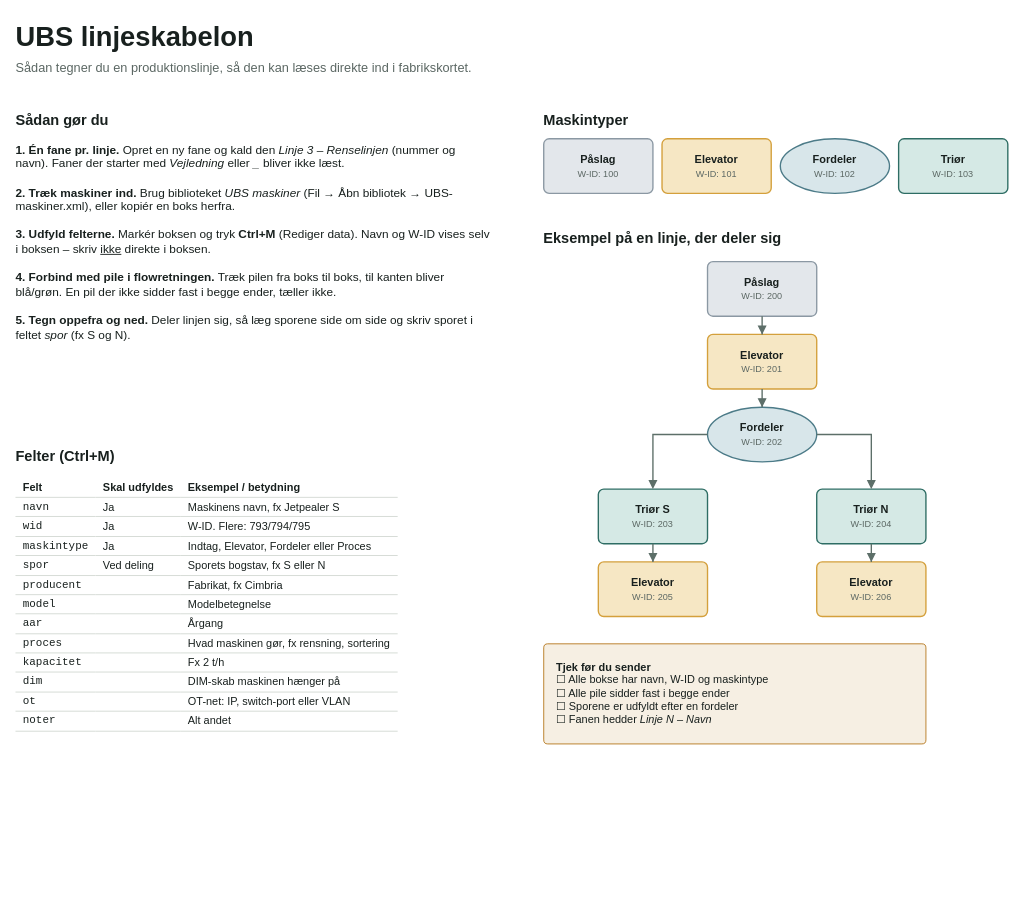
MikkelStaehrs/ubshybrid keeps this draw.io diagram as page "Vejledning" (1 of 2) of templates/UBS-linjeskabelon.drawio. Above is the earlier version. Source tidied: cells renumbered, new cells numbered last; positions are measured from the earlier drawing's top-left corner, leaving out a move shared by most shapes. Both pictures are drawn from the tidied source at 91%, with x=0, y=0 at pixel (15, 15).
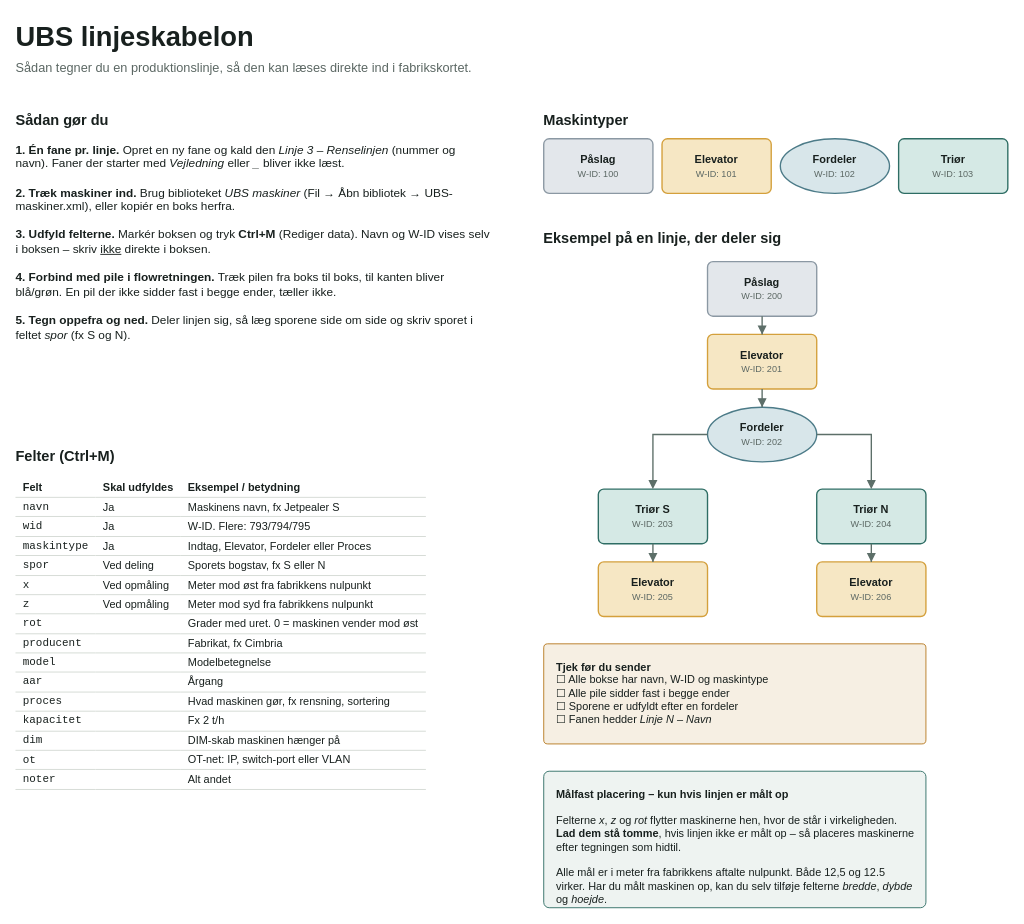
The same page after the edit.

Commit message (it also covers changes not shown here):
x/z/rot som faste felter i skabelonen, og slå Next-agentfiler fra

The edit, as a diff of the source:
```diff
@@
-    <mxCell id="5" value="&lt;font style=&quot;font-size: 16px;&quot;&gt;&lt;b&gt;Felter (Ctrl+M)&lt;/b&gt;&lt;/font&gt;&lt;br&gt;&lt;br&gt;&lt;table style=&quot;border-collapse:collapse;font-size:12px;width:100%;&quot;&gt;&lt;tr&gt;&lt;td style=&quot;padding:3px 8px;border-bottom:1px solid #D3D9D3;&quot;&gt;&lt;b&gt;Felt&lt;/b&gt;&lt;/td&gt;&lt;td style=&quot;padding:3px 8px;border-bottom:1px solid #D3D9D3;&quot;&gt;&lt;b&gt;Skal udfyldes&lt;/b&gt;&lt;/td&gt;&lt;td style=&quot;padding:3px 8px;border-bottom:1px solid #D3D9D3;&quot;&gt;&lt;b&gt;Eksempel / betydning&lt;/b&gt;&lt;/td&gt;&lt;/tr&gt;&lt;tr&gt;&lt;td style=&quot;padding:3px 8px;border-bottom:1px solid #D3D9D3;font-family:Courier New;&quot;&gt;navn&lt;/td&gt;&lt;td style=&quot;padding:3px 8px;border-bottom:1px solid #D3D9D3;&quot;&gt;Ja&lt;/td&gt;&lt;td style=&quot;padding:3px 8px;border-bottom:1px solid #D3D9D3;&quot;&gt;Maskinens navn, fx Jetpealer S&lt;/td&gt;&lt;/tr&gt;&lt;tr&gt;&lt;td style=&quot;padding:3px 8px;border-bottom:1px solid #D3D9D3;font-family:Courier New;&quot;&gt;wid&lt;/td&gt;&lt;td style=&quot;padding:3px 8px;border-bottom:1px solid #D3D9D3;&quot;&gt;Ja&lt;/td&gt;&lt;td style=&quot;padding:3px 8px;border-bottom:1px solid #D3D9D3;&quot;&gt;W-ID. Flere: 793/794/795&lt;/td&gt;&lt;/tr&gt;&lt;tr&gt;&lt;td style=&quot;padding:3px 8px;border-bottom:1px solid #D3D9D3;font-family:Courier New;&quot;&gt;maskintype&lt;/td&gt;&lt;td style=&quot;padding:3px 8px;border-bottom:1px solid #D3D9D3;&quot;&gt;Ja&lt;/td&gt;&lt;td style=&quot;padding:3px 8px;border-bottom:1px solid #D3D9D3;&quot;&gt;Indtag, Elevator, Fordeler eller Proces&lt;/td&gt;&lt;/tr&gt;&lt;tr&gt;&lt;td style=&quot;padding:3px 8px;border-bottom:1px solid #D3D9D3;font-family:Courier New;&quot;&gt;spor&lt;/td&gt;&lt;td style=&quot;padding:3px 8px;border-bottom:1px solid #D3D9D3;&quot;&gt;Ved deling&lt;/td&gt;&lt;td style=&quot;padding:3px 8px;border-bottom:1px solid #D3D9D3;&quot;&gt;Sporets bogstav, fx S eller N&lt;/td&gt;&lt;/tr&gt;&lt;tr&gt;&lt;td style=&quot;padding:3px 8px;border-bottom:1px solid #D3D9D3;font-family:Courier New;&quot;&gt;producent&lt;/td&gt;&lt;td style=&quot;padding:3px 8px;border-bottom:1px solid #D3D9D3;&quot;&gt;&lt;/td&gt;&lt;td style=&quot;padding:3px 8px;border-bottom:1px solid #D3D9D3;&quot;&gt;Fabrikat, fx Cimbria&lt;/td&gt;&lt;/tr&gt;&lt;tr&gt;&lt;td style=&quot;padding:3px 8px;border-bottom:1px solid #D3D9D3;font-family:Courier New;&quot;&gt;model&lt;/td&gt;&lt;td style=&quot;padding:3px 8px;border-bottom:1px solid #D3D9D3;&quot;&gt;&lt;/td&gt;&lt;td style=&quot;padding:3px 8px;border-bottom:1px solid #D3D9D3;&quot;&gt;Modelbetegnelse&lt;/td&gt;&lt;/tr&gt;&lt;tr&gt;&lt;td style=&quot;padding:3px 8px;border-bottom:1px solid #D3D9D3;font-family:Courier New;&quot;&gt;aar&lt;/td&gt;&lt;td style=&quot;padding:3px 8px;border-bottom:1px solid #D3D9D3;&quot;&gt;&lt;/td&gt;&lt;td style=&quot;padding:3px 8px;border-bottom:1px solid #D3D9D3;&quot;&gt;Årgang&lt;/td&gt;&lt;/tr&gt;&lt;tr&gt;&lt;td style=&quot;padding:3px 8px;border-bottom:1px solid #D3D9D3;font-family:Courier New;&quot;&gt;proces&lt;/td&gt;&lt;td style=&quot;padding:3px 8px;border-bottom:1px solid #D3D9D3;&quot;&gt;&lt;/td&gt;&lt;td style=&quot;padding:3px 8px;border-bottom:1px solid #D3D9D3;&quot;&gt;Hvad maskinen gør, fx rensning, sortering&lt;/td&gt;&lt;/tr&gt;&lt;tr&gt;&lt;td style=&quot;padding:3px 8px;border-bottom:1px solid #D3D9D3;font-family:Courier New;&quot;&gt;kapacitet&lt;/td&gt;&lt;td style=&quot;padding:3px 8px;border-bottom:1px solid #D3D9D3;&quot;&gt;&lt;/td&gt;&lt;td style=&quot;padding:3px 8px;border-bottom:1px solid #D3D9D3;&quot;&gt;Fx 2 t/h&lt;/td&gt;&lt;/tr&gt;&lt;tr&gt;&lt;td style=&quot;padding:3px 8px;border-bottom:1px solid #D3D9D3;font-family:Courier New;&quot;&gt;dim&lt;/td&gt;&lt;td style=&quot;padding:3px 8px;border-bottom:1px solid #D3D9D3;&quot;&gt;&lt;/td&gt;&lt;td style=&quot;padding:3px 8px;border-bottom:1px solid #D3D9D3;&quot;&gt;DIM-skab maskinen hænger på&lt;/td&gt;&lt;/tr&gt;&lt;tr&gt;&lt;td style=&quot;padding:3px 8px;border-bottom:1px solid #D3D9D3;font-family:Courier New;&quot;&gt;ot&lt;/td&gt;&lt;td style=&quot;padding:3px 8px;border-bottom:1px solid #D3D9D3;&quot;&gt;&lt;/td&gt;&lt;td style=&quot;padding:3px 8px;border-bottom:1px solid #D3D9D3;&quot;&gt;OT-net: IP, switch-port eller VLAN&lt;/td&gt;&lt;/tr&gt;&lt;tr&gt;&lt;td style=&quot;padding:3px 8px;border-bottom:1px solid #D3D9D3;font-family:Courier New;&quot;&gt;noter&lt;/td&gt;&lt;td style=&quot;padding:3px 8px;border-bottom:1px solid #D3D9D3;&quot;&gt;&lt;/td&gt;&lt;td style=&quot;padding:3px 8px;border-bottom:1px solid #D3D9D3;&quot;&gt;Alt andet&lt;/td&gt;&lt;/tr&gt;&lt;/table&gt;" style="text;html=1;align=left;verticalAlign=top;whiteSpace=wrap;fontFamily=Helvetica;fontColor=#18201E;spacing=0;" parent="1" vertex="1">
-      <mxGeometry y="470" width="520" height="330" as="geometry" />
+    <mxCell id="5" value="&lt;font style=&quot;font-size: 16px;&quot;&gt;&lt;b&gt;Felter (Ctrl+M)&lt;/b&gt;&lt;/font&gt;&lt;br&gt;&lt;br&gt;&lt;table style=&quot;border-collapse:collapse;font-size:12px;width:100%;&quot;&gt;&lt;tr&gt;&lt;td style=&quot;padding:3px 8px;border-bottom:1px solid #D3D9D3;&quot;&gt;&lt;b&gt;Felt&lt;/b&gt;&lt;/td&gt;&lt;td style=&quot;padding:3px 8px;border-bottom:1px solid #D3D9D3;&quot;&gt;&lt;b&gt;Skal udfyldes&lt;/b&gt;&lt;/td&gt;&lt;td style=&quot;padding:3px 8px;border-bottom:1px solid #D3D9D3;&quot;&gt;&lt;b&gt;Eksempel / betydning&lt;/b&gt;&lt;/td&gt;&lt;/tr&gt;&lt;tr&gt;&lt;td style=&quot;padding:3px 8px;border-bottom:1px solid #D3D9D3;font-family:Courier New;&quot;&gt;navn&lt;/td&gt;&lt;td style=&quot;padding:3px 8px;border-bottom:1px solid #D3D9D3;&quot;&gt;Ja&lt;/td&gt;&lt;td style=&quot;padding:3px 8px;border-bottom:1px solid #D3D9D3;&quot;&gt;Maskinens navn, fx Jetpealer S&lt;/td&gt;&lt;/tr&gt;&lt;tr&gt;&lt;td style=&quot;padding:3px 8px;border-bottom:1px solid #D3D9D3;font-family:Courier New;&quot;&gt;wid&lt;/td&gt;&lt;td style=&quot;padding:3px 8px;border-bottom:1px solid #D3D9D3;&quot;&gt;Ja&lt;/td&gt;&lt;td style=&quot;padding:3px 8px;border-bottom:1px solid #D3D9D3;&quot;&gt;W-ID. Flere: 793/794/795&lt;/td&gt;&lt;/tr&gt;&lt;tr&gt;&lt;td style=&quot;padding:3px 8px;border-bottom:1px solid #D3D9D3;font-family:Courier New;&quot;&gt;maskintype&lt;/td&gt;&lt;td style=&quot;padding:3px 8px;border-bottom:1px solid #D3D9D3;&quot;&gt;Ja&lt;/td&gt;&lt;td style=&quot;padding:3px 8px;border-bottom:1px solid #D3D9D3;&quot;&gt;Indtag, Elevator, Fordeler eller Proces&lt;/td&gt;&lt;/tr&gt;&lt;tr&gt;&lt;td style=&quot;padding:3px 8px;border-bottom:1px solid #D3D9D3;font-family:Courier New;&quot;&gt;spor&lt;/td&gt;&lt;td style=&quot;padding:3px 8px;border-bottom:1px solid #D3D9D3;&quot;&gt;Ved deling&lt;/td&gt;&lt;td style=&quot;padding:3px 8px;border-bottom:1px solid #D3D9D3;&quot;&gt;Sporets bogstav, fx S eller N&lt;/td&gt;&lt;/tr&gt;&lt;tr&gt;&lt;td style=&quot;padding:3px 8px;border-bottom:1px solid #D3D9D3;font-family:Courier New;&quot;&gt;x&lt;/td&gt;&lt;td style=&quot;padding:3px 8px;border-bottom:1px solid #D3D9D3;&quot;&gt;Ved opmåling&lt;/td&gt;&lt;td style=&quot;padding:3px 8px;border-bottom:1px solid #D3D9D3;&quot;&gt;Meter mod øst fra fabrikkens nulpunkt&lt;/td&gt;&lt;/tr&gt;&lt;tr&gt;&lt;td style=&quot;padding:3px 8px;border-bottom:1px solid #D3D9D3;font-family:Courier New;&quot;&gt;z&lt;/td&gt;&lt;td style=&quot;padding:3px 8px;border-bottom:1px solid #D3D9D3;&quot;&gt;Ved opmåling&lt;/td&gt;&lt;td style=&quot;padding:3px 8px;border-bottom:1px solid #D3D9D3;&quot;&gt;Meter mod syd fra fabrikkens nulpunkt&lt;/td&gt;&lt;/tr&gt;&lt;tr&gt;&lt;td style=&quot;padding:3px 8px;border-bottom:1px solid #D3D9D3;font-family:Courier New;&quot;&gt;rot&lt;/td&gt;&lt;td style=&quot;padding:3px 8px;border-bottom:1px solid #D3D9D3;&quot;&gt;&lt;/td&gt;&lt;td style=&quot;padding:3px 8px;border-bottom:1px solid #D3D9D3;&quot;&gt;Grader med uret. 0 = maskinen vender mod øst&lt;/td&gt;&lt;/tr&gt;&lt;tr&gt;&lt;td style=&quot;padding:3px 8px;border-bottom:1px solid #D3D9D3;font-family:Courier New;&quot;&gt;producent&lt;/td&gt;&lt;td style=&quot;padding:3px 8px;border-bottom:1px solid #D3D9D3;&quot;&gt;&lt;/td&gt;&lt;td style=&quot;padding:3px 8px;border-bottom:1px solid #D3D9D3;&quot;&gt;Fabrikat, fx Cimbria&lt;/td&gt;&lt;/tr&gt;&lt;tr&gt;&lt;td style=&quot;padding:3px 8px;border-bottom:1px solid #D3D9D3;font-family:Courier New;&quot;&gt;model&lt;/td&gt;&lt;td style=&quot;padding:3px 8px;border-bottom:1px solid #D3D9D3;&quot;&gt;&lt;/td&gt;&lt;td style=&quot;padding:3px 8px;border-bottom:1px solid #D3D9D3;&quot;&gt;Modelbetegnelse&lt;/td&gt;&lt;/tr&gt;&lt;tr&gt;&lt;td style=&quot;padding:3px 8px;border-bottom:1px solid #D3D9D3;font-family:Courier New;&quot;&gt;aar&lt;/td&gt;&lt;td style=&quot;padding:3px 8px;border-bottom:1px solid #D3D9D3;&quot;&gt;&lt;/td&gt;&lt;td style=&quot;padding:3px 8px;border-bottom:1px solid #D3D9D3;&quot;&gt;Årgang&lt;/td&gt;&lt;/tr&gt;&lt;tr&gt;&lt;td style=&quot;padding:3px 8px;border-bottom:1px solid #D3D9D3;font-family:Courier New;&quot;&gt;proces&lt;/td&gt;&lt;td style=&quot;padding:3px 8px;border-bottom:1px solid #D3D9D3;&quot;&gt;&lt;/td&gt;&lt;td style=&quot;padding:3px 8px;border-bottom:1px solid #D3D9D3;&quot;&gt;Hvad maskinen gør, fx rensning, sortering&lt;/td&gt;&lt;/tr&gt;&lt;tr&gt;&lt;td style=&quot;padding:3px 8px;border-bottom:1px solid #D3D9D3;font-family:Courier New;&quot;&gt;kapacitet&lt;/td&gt;&lt;td style=&quot;padding:3px 8px;border-bottom:1px solid #D3D9D3;&quot;&gt;&lt;/td&gt;&lt;td style=&quot;padding:3px 8px;border-bottom:1px solid #D3D9D3;&quot;&gt;Fx 2 t/h&lt;/td&gt;&lt;/tr&gt;&lt;tr&gt;&lt;td style=&quot;padding:3px 8px;border-bottom:1px solid #D3D9D3;font-family:Courier New;&quot;&gt;dim&lt;/td&gt;&lt;td style=&quot;padding:3px 8px;border-bottom:1px solid #D3D9D3;&quot;&gt;&lt;/td&gt;&lt;td style=&quot;padding:3px 8px;border-bottom:1px solid #D3D9D3;&quot;&gt;DIM-skab maskinen hænger på&lt;/td&gt;&lt;/tr&gt;&lt;tr&gt;&lt;td style=&quot;padding:3px 8px;border-bottom:1px solid #D3D9D3;font-family:Courier New;&quot;&gt;ot&lt;/td&gt;&lt;td style=&quot;padding:3px 8px;border-bottom:1px solid #D3D9D3;&quot;&gt;&lt;/td&gt;&lt;td style=&quot;padding:3px 8px;border-bottom:1px solid #D3D9D3;&quot;&gt;OT-net: IP, switch-port eller VLAN&lt;/td&gt;&lt;/tr&gt;&lt;tr&gt;&lt;td style=&quot;padding:3px 8px;border-bottom:1px solid #D3D9D3;font-family:Courier New;&quot;&gt;noter&lt;/td&gt;&lt;td style=&quot;padding:3px 8px;border-bottom:1px solid #D3D9D3;&quot;&gt;&lt;/td&gt;&lt;td style=&quot;padding:3px 8px;border-bottom:1px solid #D3D9D3;&quot;&gt;Alt andet&lt;/td&gt;&lt;/tr&gt;&lt;/table&gt;" style="text;html=1;align=left;verticalAlign=top;whiteSpace=wrap;fontFamily=Helvetica;fontColor=#18201E;spacing=0;" parent="1" vertex="1">
+      <mxGeometry y="470" width="520" height="400" as="geometry" />
     </mxCell>
@@
+    <mxCell id="26" value="&lt;b&gt;Målfast placering – kun hvis linjen er målt op&lt;/b&gt;&lt;br&gt;&lt;br&gt;Felterne &lt;i&gt;x&lt;/i&gt;, &lt;i&gt;z&lt;/i&gt; og &lt;i&gt;rot&lt;/i&gt; flytter maskinerne hen, hvor de står i virkeligheden. &lt;b&gt;Lad dem stå tomme&lt;/b&gt;, hvis linjen ikke er målt op – så placeres maskinerne efter tegningen som hidtil.&lt;br&gt;&lt;br&gt;Alle mål er i meter fra fabrikkens aftalte nulpunkt. Både 12,5 og 12.5 virker. Har du målt maskinen op, kan du selv tilføje felterne &lt;i&gt;bredde&lt;/i&gt;, &lt;i&gt;dybde&lt;/i&gt; og &lt;i&gt;hoejde&lt;/i&gt;." style="text;html=1;whiteSpace=wrap;align=left;verticalAlign=top;fontFamily=Helvetica;fontColor=#18201E;fillColor=#EEF3F1;strokeColor=#2E6D64;rounded=1;arcSize=4;spacing=14;" parent="1" vertex="1">
+      <mxGeometry x="580" y="830" width="420" height="150" as="geometry" />
+    </mxCell>
```
